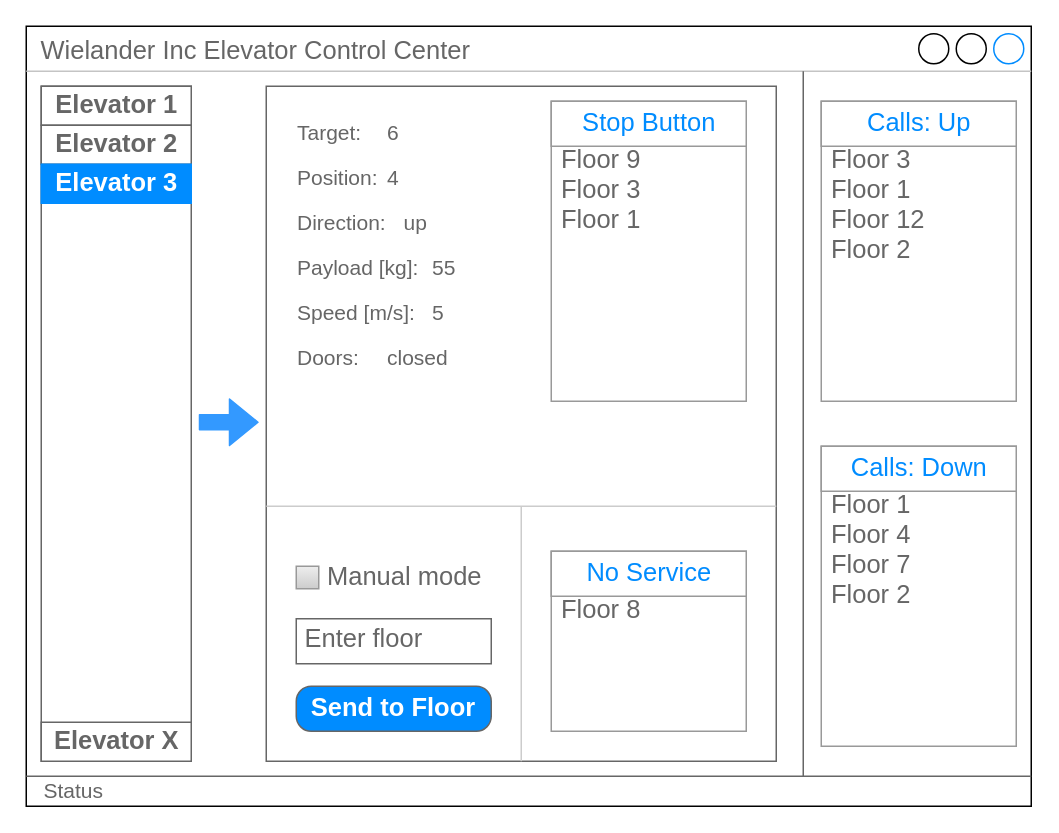
fhhagenberg-sqe-esd-ws20/elevator-control-center-team-c keeps this draw.io diagram as doc/GuiDesign/ElevatorV3.drawio. Above is the earlier version. Source tidied: cells renumbered, new cells numbered last; positions are measured from the earlier drawing's top-left corner, leaving out a move shared by most shapes. Both pictures are drawn from the tidied source at 150%, with x=0, y=0 at pixel (26, 26).
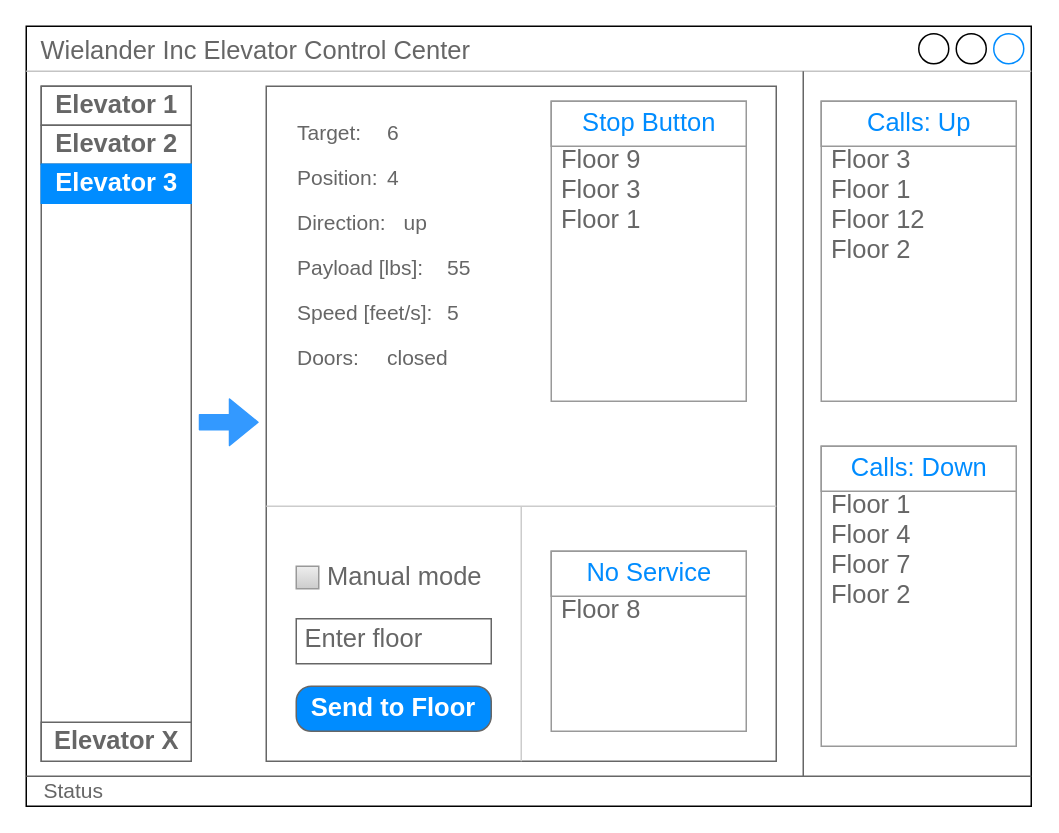
Above is the later version.

Commit message (it also covers changes not shown here):
Update units in gui design

Unchanged cells that the change refers to:
```xml
<mxCell id="12" style="group;fontSize=12;" parent="11" vertex="1">
  <mxGeometry y="30" width="360" height="330" as="geometry" />
</mxCell>
```

The edit, as a diff of the source:
```diff
@@
-    <mxCell id="15" value="Payload [kg]:" style="text;html=1;strokeColor=none;fillColor=none;align=left;verticalAlign=middle;whiteSpace=wrap;rounded=0;fontSize=14;fontColor=#666666;" parent="12" vertex="1">
+    <mxCell id="15" value="Payload [lbs]:" style="text;html=1;strokeColor=none;fillColor=none;align=left;verticalAlign=middle;whiteSpace=wrap;rounded=0;fontSize=14;fontColor=#666666;" parent="12" vertex="1">
       <mxGeometry y="60" width="90" height="20" as="geometry" />
     </mxCell>
-    <mxCell id="16" value="Speed [m/s]:" style="text;html=1;strokeColor=none;fillColor=none;align=left;verticalAlign=middle;whiteSpace=wrap;rounded=0;fontSize=14;fontColor=#666666;" parent="12" vertex="1">
-      <mxGeometry y="90" width="90" height="20" as="geometry" />
+    <mxCell id="16" value="Speed [feet/s]:" style="text;html=1;strokeColor=none;fillColor=none;align=left;verticalAlign=middle;whiteSpace=wrap;rounded=0;fontSize=14;fontColor=#666666;" parent="12" vertex="1">
+      <mxGeometry y="90" width="100" height="20" as="geometry" />
     </mxCell>
@@
     <mxCell id="20" value="55" style="text;html=1;strokeColor=none;fillColor=none;align=left;verticalAlign=middle;whiteSpace=wrap;rounded=0;fontSize=14;fontColor=#666666;" parent="12" vertex="1">
-      <mxGeometry x="90" y="60" width="40" height="20" as="geometry" />
+      <mxGeometry x="100" y="60" width="40" height="20" as="geometry" />
     </mxCell>
     <mxCell id="21" value="5" style="text;html=1;strokeColor=none;fillColor=none;align=left;verticalAlign=middle;whiteSpace=wrap;rounded=0;fontSize=14;fontColor=#666666;" parent="12" vertex="1">
-      <mxGeometry x="90" y="90" width="40" height="20" as="geometry" />
+      <mxGeometry x="100" y="90" width="40" height="20" as="geometry" />
     </mxCell>
```
